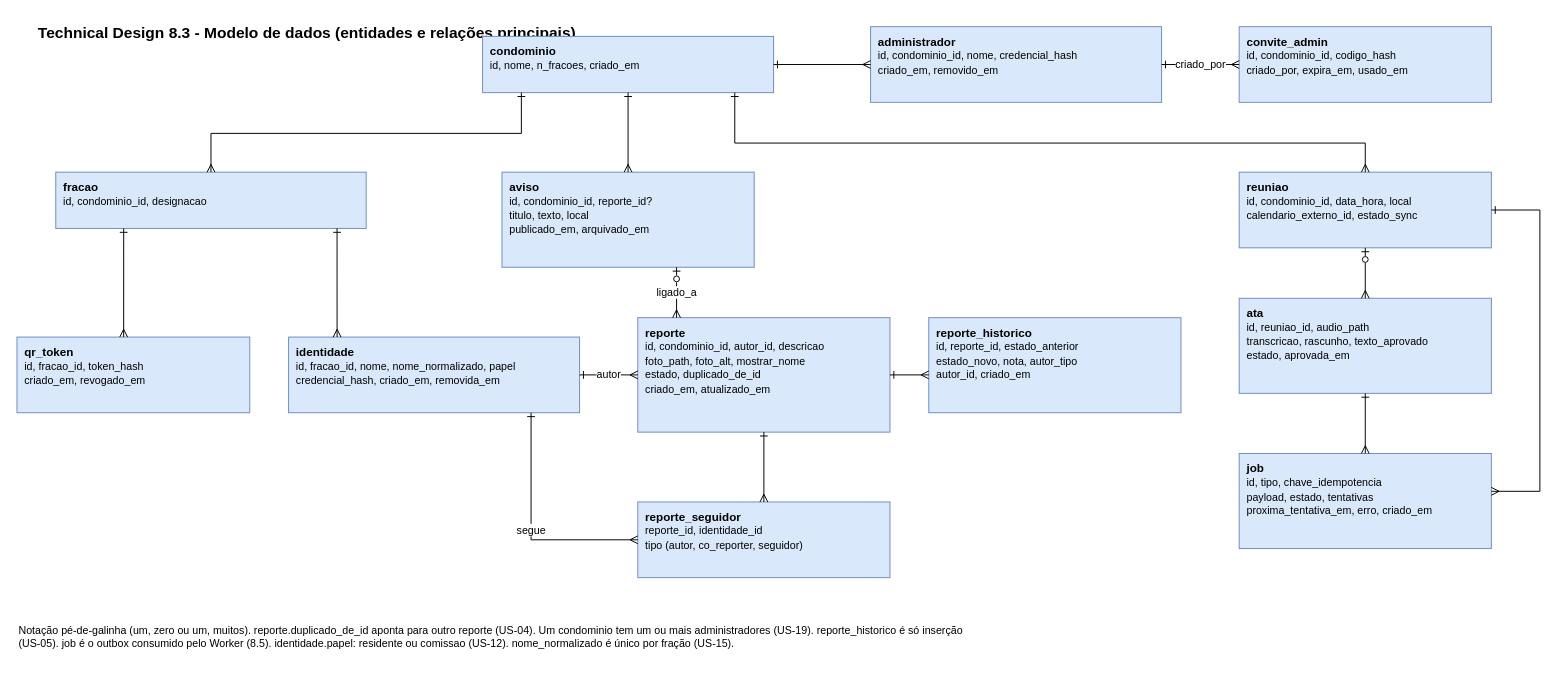
This is page "3. Modelo de dados" (3 of 5) of docs/sprintA/technical-design.drawio from LMNSdev/LABDSOF_DOMUSCAST, a draw.io file, before an edit. Source tidied: cells renumbered, new cells numbered last; positions are measured from the earlier drawing's top-left corner, leaving out a move shared by most shapes. Both pictures are drawn from the tidied source at 97%, with x=0, y=0 at pixel (16, 16).
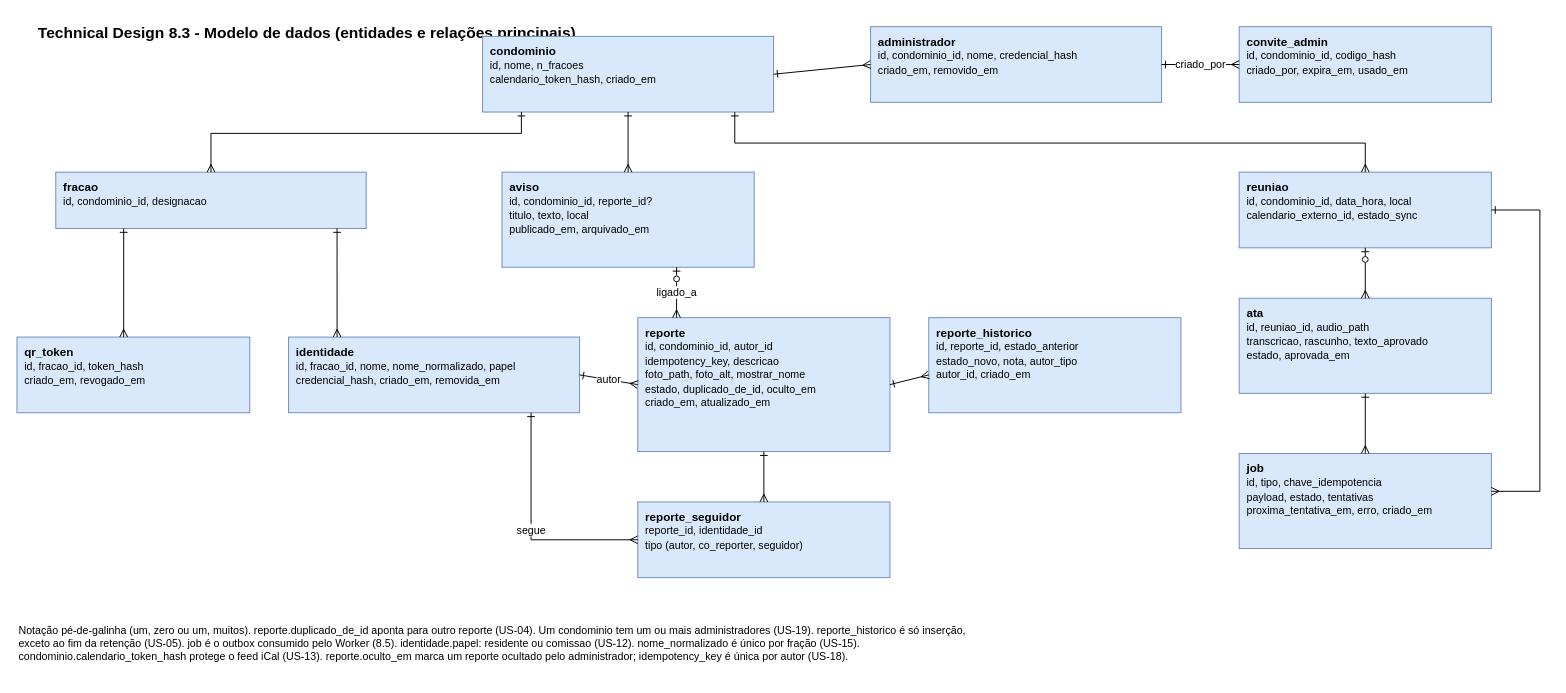
Above is the later version.

Diff of the diagram source:
```diff
@@
-    <mxCell id="3" value="&lt;b&gt;condominio&lt;/b&gt;&lt;br&gt;&lt;span style='font-size:11px'&gt;id, nome, n_fracoes, criado_em&lt;/span&gt;" style="rounded=0;whiteSpace=wrap;html=1;fillColor=#dae8fc;strokeColor=#6c8ebf;verticalAlign=top;align=left;spacingLeft=6;spacingTop=2;" parent="1" vertex="1">
-      <mxGeometry x="480" y="20" width="300" height="58" as="geometry" />
+    <mxCell id="3" value="&lt;b&gt;condominio&lt;/b&gt;&lt;br&gt;&lt;span style='font-size:11px'&gt;id, nome, n_fracoes&lt;br&gt;calendario_token_hash, criado_em&lt;/span&gt;" style="rounded=0;whiteSpace=wrap;html=1;fillColor=#dae8fc;strokeColor=#6c8ebf;verticalAlign=top;align=left;spacingLeft=6;spacingTop=2;" parent="1" vertex="1">
+      <mxGeometry x="480" y="20" width="300" height="78" as="geometry" />
     </mxCell>
@@
-    <mxCell id="11" value="&lt;b&gt;reporte&lt;/b&gt;&lt;br&gt;&lt;span style='font-size:11px'&gt;id, condominio_id, autor_id, descricao&lt;br&gt;foto_path, foto_alt, mostrar_nome&lt;br&gt;estado, duplicado_de_id&lt;br&gt;criado_em, atualizado_em&lt;/span&gt;" style="rounded=0;whiteSpace=wrap;html=1;fillColor=#dae8fc;strokeColor=#6c8ebf;verticalAlign=top;align=left;spacingLeft=6;spacingTop=2;" parent="1" vertex="1">
-      <mxGeometry x="640" y="310" width="260" height="118" as="geometry" />
+    <mxCell id="11" value="&lt;b&gt;reporte&lt;/b&gt;&lt;br&gt;&lt;span style='font-size:11px'&gt;id, condominio_id, autor_id&lt;br&gt;idempotency_key, descricao&lt;br&gt;foto_path, foto_alt, mostrar_nome&lt;br&gt;estado, duplicado_de_id, oculto_em&lt;br&gt;criado_em, atualizado_em&lt;/span&gt;" style="rounded=0;whiteSpace=wrap;html=1;fillColor=#dae8fc;strokeColor=#6c8ebf;verticalAlign=top;align=left;spacingLeft=6;spacingTop=2;" parent="1" vertex="1">
+      <mxGeometry x="640" y="310" width="260" height="138" as="geometry" />
     </mxCell>
@@
-    <mxCell id="16" value="Notação pé-de-galinha (um, zero ou um, muitos). reporte.duplicado_de_id aponta para outro reporte (US-04). Um condominio tem um ou mais administradores (US-19). reporte_historico é só inserção (US-05). job é o outbox consumido pelo Worker (8.5). identidade.papel: residente ou comissao (US-12). nome_normalizado é único por fração (US-15)." style="text;html=1;align=left;verticalAlign=top;whiteSpace=wrap;fontSize=11;" parent="1" vertex="1">
+    <mxCell id="16" value="Notação pé-de-galinha (um, zero ou um, muitos). reporte.duplicado_de_id aponta para outro reporte (US-04). Um condominio tem um ou mais administradores (US-19). reporte_historico é só inserção, exceto ao fim da retenção (US-05). job é o outbox consumido pelo Worker (8.5). identidade.papel: residente ou comissao (US-12). nome_normalizado é único por fração (US-15). condominio.calendario_token_hash protege o feed iCal (US-13). reporte.oculto_em marca um reporte ocultado pelo administrador; idempotency_key é única por autor (US-18)." style="text;html=1;align=left;verticalAlign=top;whiteSpace=wrap;fontSize=11;" parent="1" vertex="1">
       <mxGeometry y="620" width="1000" height="60" as="geometry" />
     </mxCell>
```
